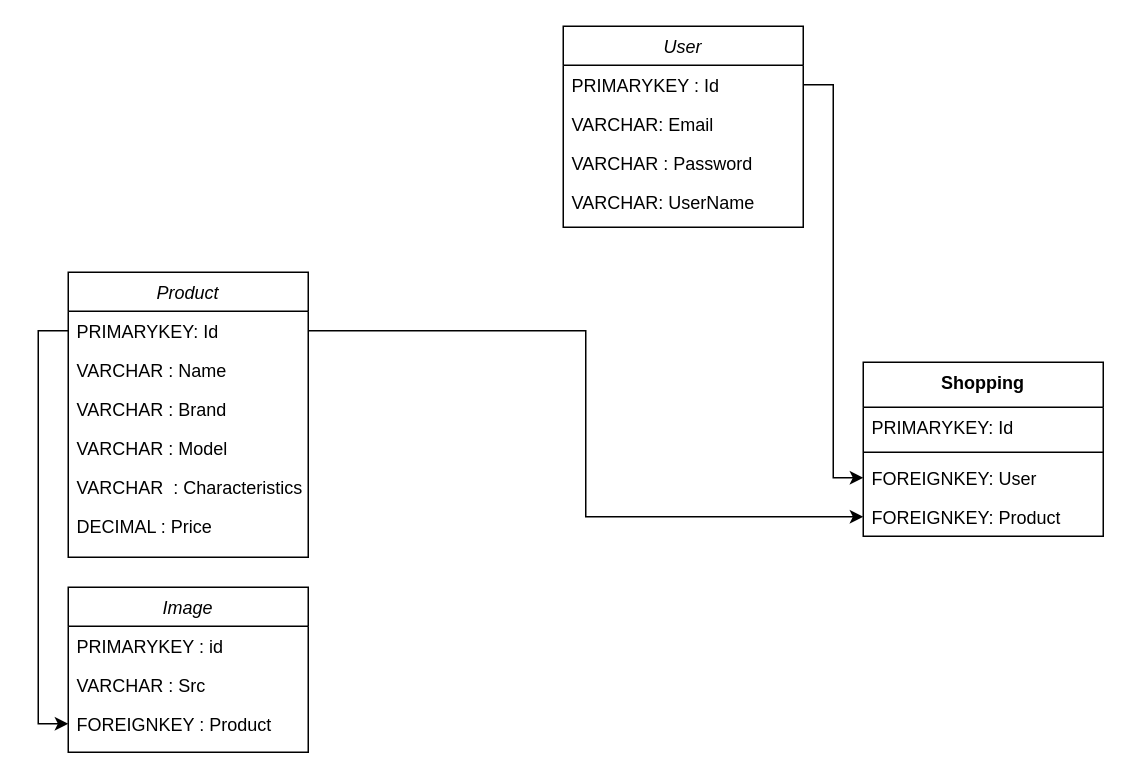
victor-souza-dev/TechTrove keeps this draw.io diagram as Docs/database.drawio.xml. Above is the earlier version. Source tidied: cells renumbered, new cells numbered last; positions are measured from the earlier drawing's top-left corner, leaving out a move shared by most shapes. Both pictures are drawn from the tidied source at 150%, with x=0, y=0 at pixel (68, 26).
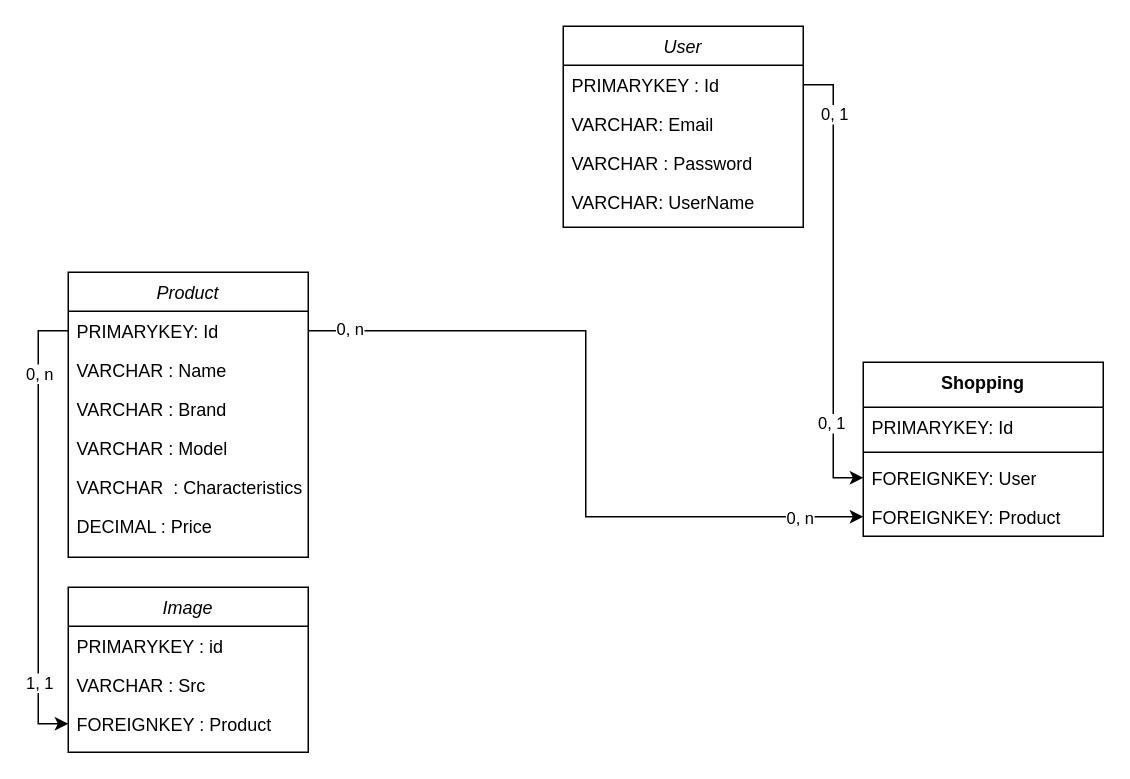
After the change.

Unchanged cells that the change refers to:
```xml
<mxCell id="23" style="edgeStyle=orthogonalEdgeStyle;rounded=0;jettySize=auto;html=1;entryX=0;entryY=0.5;entryDx=0;entryDy=0;" parent="1" edge="1" source="8" target="22">
  <mxGeometry relative="1" as="geometry" />
</mxCell>
<mxCell id="24" style="edgeStyle=orthogonalEdgeStyle;rounded=0;jettySize=auto;html=1;entryX=0;entryY=0.5;entryDx=0;entryDy=0;" parent="1" edge="1" source="3" target="21">
  <mxGeometry relative="1" as="geometry" />
</mxCell>
<mxCell id="25" style="edgeStyle=orthogonalEdgeStyle;rounded=0;jettySize=auto;html=1;entryX=0;entryY=0.5;entryDx=0;entryDy=0;" parent="1" edge="1" source="8" target="17">
  <mxGeometry relative="1" as="geometry" />
</mxCell>
```

Change to the diagram source:
```diff
@@
+    <mxCell id="26" value="0, n" style="edgeLabel;html=1;align=center;verticalAlign=middle;" parent="23" vertex="1">
+      <mxGeometry x="-0.89" y="2" relative="1" as="geometry" />
+    </mxCell>
+    <mxCell id="27" value="0, n" style="edgeLabel;html=1;align=center;verticalAlign=middle;" parent="23" vertex="1">
+      <mxGeometry x="0.83" relative="1" as="geometry">
+        <mxPoint x="-1" as="offset" />
+      </mxGeometry>
+    </mxCell>
@@
+    <mxCell id="28" value="0, 1" style="edgeLabel;html=1;align=center;verticalAlign=middle;" parent="24" vertex="1">
+      <mxGeometry x="-0.74" relative="1" as="geometry" />
+    </mxCell>
+    <mxCell id="29" value="0, 1" style="edgeLabel;html=1;align=center;verticalAlign=middle;" parent="24" vertex="1">
+      <mxGeometry x="0.62" y="-2" relative="1" as="geometry" />
+    </mxCell>
@@
+    <mxCell id="30" value="0, n" style="edgeLabel;html=1;align=center;verticalAlign=middle;" parent="25" vertex="1">
+      <mxGeometry x="-0.68" relative="1" as="geometry" />
+    </mxCell>
+    <mxCell id="31" value="1, 1" style="edgeLabel;html=1;align=center;verticalAlign=middle;" parent="25" vertex="1">
+      <mxGeometry x="0.68" relative="1" as="geometry" />
+    </mxCell>
```
